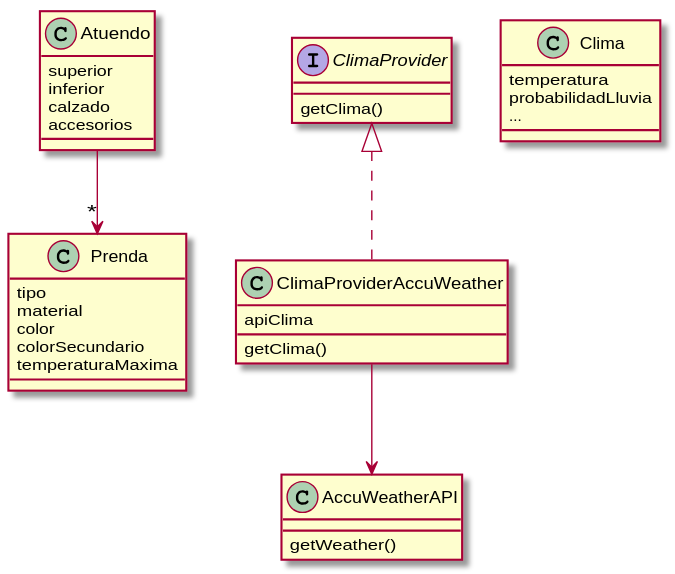
This is Diagrama de clases.svg from jaks97/DdS-Que-Me-Pongo, a PlantUML export, as it was before one commit.
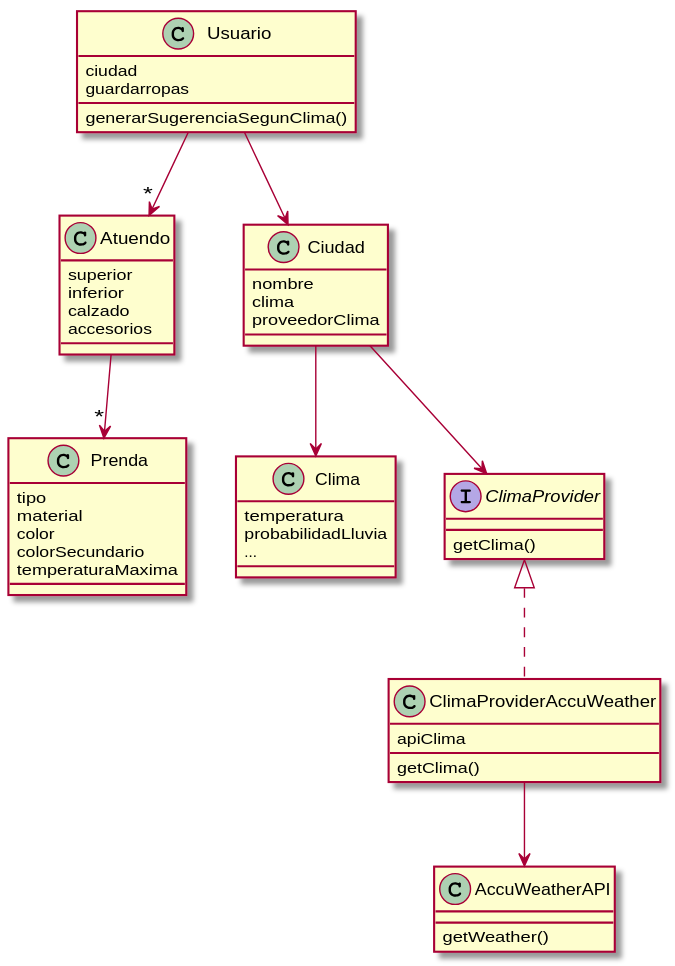
After the change.

What changed in the source:
```diff
@@ -4,14 +4,6 @@
   inferior
   calzado
   accesorios
-}
-
-class Prenda {
-  tipo
-  material
-  color
-  colorSecundario
-  temperaturaMaxima
 }
 
 class AccuWeatherAPI {
@@ -24,6 +16,21 @@
   ...
 }
 
+class Prenda {
+  tipo
+  material
+  color
+  colorSecundario
+  temperaturaMaxima
+}
+
+
+class Ciudad {
+  nombre
+  clima
+  proveedorClima
+}
+
 interface ClimaProvider {
   getClima()
 }
@@ -33,7 +40,17 @@
   getClima()
 }
 
+class Usuario {
+  ciudad
+  guardarropas
+  generarSugerenciaSegunClima()
+}
+
+Ciudad --> ClimaProvider
+ClimaProvider <|.. ClimaProviderAccuWeather
 Atuendo --> "*"Prenda
-ClimaProvider <|.. ClimaProviderAccuWeather
+Usuario --> "*"Atuendo
+Usuario --> Ciudad
+Ciudad --> Clima
 ClimaProviderAccuWeather --> AccuWeatherAPI
 @enduml
```
